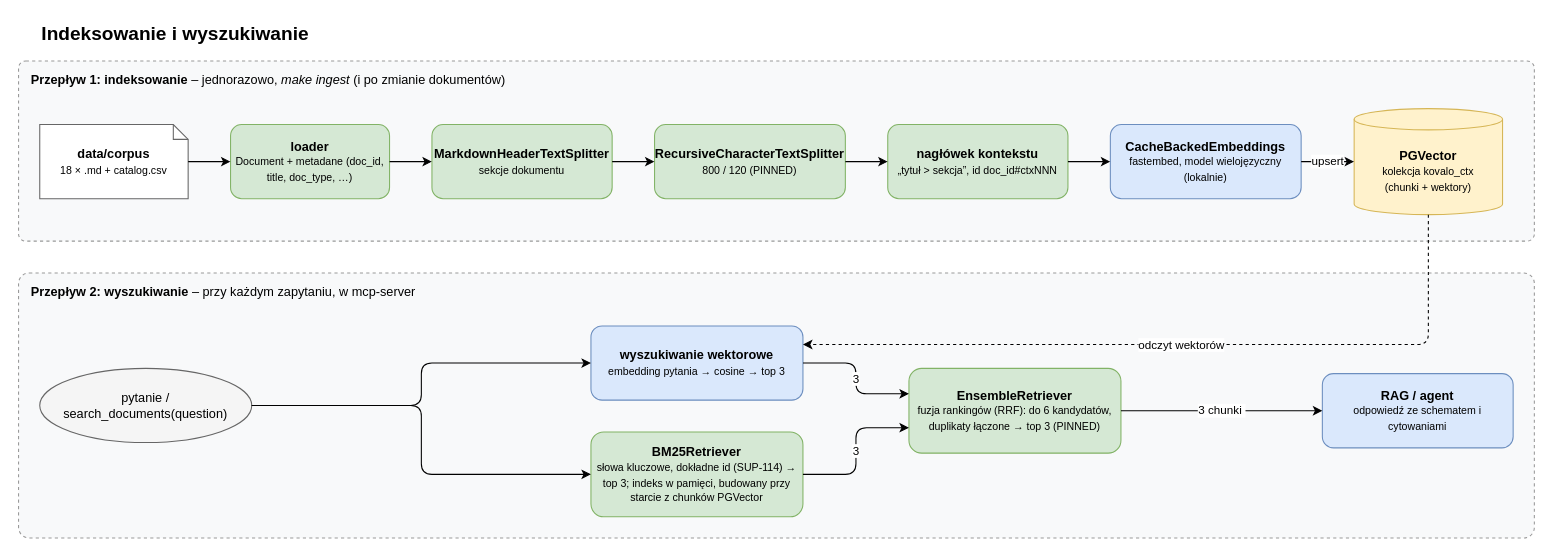
The draw.io diagram page "3. Indeksowanie i wyszukiwanie" (3 of 3) of docs/architecture/kovalo-architecture.drawio in oszypczy/kovalo-copilot, before the edit. Source tidied: cells renumbered, new cells numbered last; positions are measured from the earlier drawing's top-left corner, leaving out a move shared by most shapes. Both pictures are drawn from the tidied source at 106%, with x=0, y=0 at pixel (18, 18).
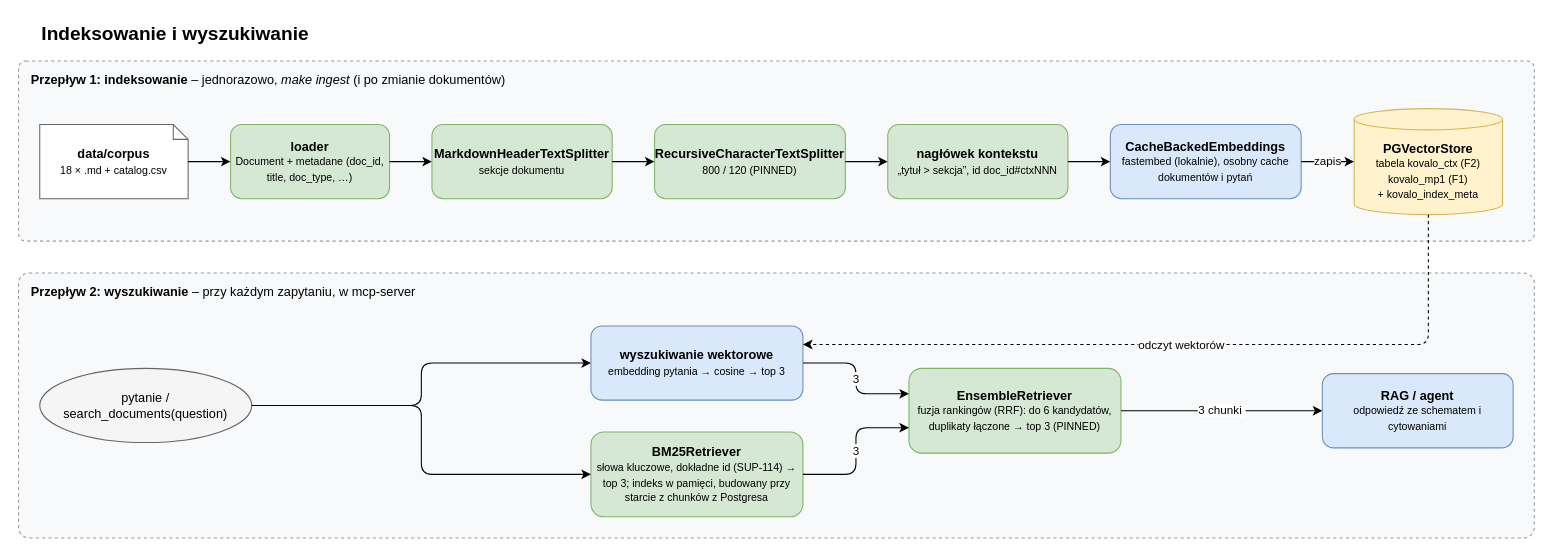
After the change.

The edit, as a diff of the source:
```diff
@@
-    <mxCell id="10" value="&lt;b&gt;CacheBackedEmbeddings&lt;/b&gt;&lt;br&gt;&lt;font style=&quot;font-size:10px&quot;&gt;fastembed, model wielojęzyczny (lokalnie)&lt;/font&gt;" style="rounded=1;fillColor=#dae8fc;strokeColor=#6c8ebf;whiteSpace=wrap;html=1;" parent="1" vertex="1">
+    <mxCell id="10" value="&lt;b&gt;CacheBackedEmbeddings&lt;/b&gt;&lt;br&gt;&lt;font style=&quot;font-size:10px&quot;&gt;fastembed (lokalnie), osobny cache dokumentów i pytań&lt;/font&gt;" style="rounded=1;fillColor=#dae8fc;strokeColor=#6c8ebf;whiteSpace=wrap;html=1;" parent="1" vertex="1">
       <mxGeometry x="1030" y="100" width="180" height="70" as="geometry" />
     </mxCell>
-    <mxCell id="11" value="&lt;b&gt;PGVector&lt;/b&gt;&lt;br&gt;&lt;font style=&quot;font-size:10px&quot;&gt;kolekcja kovalo_ctx&lt;br&gt;(chunki + wektory)&lt;/font&gt;" style="shape=cylinder3;boundedLbl=1;size=10;fillColor=#fff2cc;strokeColor=#d6b656;whiteSpace=wrap;html=1;" parent="1" vertex="1">
+    <mxCell id="11" value="&lt;b&gt;PGVectorStore&lt;/b&gt;&lt;br&gt;&lt;font style=&quot;font-size:10px&quot;&gt;tabela kovalo_ctx (F2)&lt;br&gt;kovalo_mp1 (F1)&lt;br&gt;+ kovalo_index_meta&lt;/font&gt;" style="shape=cylinder3;boundedLbl=1;size=10;fillColor=#fff2cc;strokeColor=#d6b656;whiteSpace=wrap;html=1;" parent="1" vertex="1">
       <mxGeometry x="1260" y="85" width="140" height="100" as="geometry" />
     </mxCell>
@@
-    <mxCell id="14" value="&lt;b&gt;BM25Retriever&lt;/b&gt;&lt;br&gt;&lt;font style=&quot;font-size:10px&quot;&gt;słowa kluczowe, dokładne id (SUP-114) → top 3; indeks w pamięci, budowany przy starcie z chunków PGVector&lt;/font&gt;" style="rounded=1;fillColor=#d5e8d4;strokeColor=#82b366;whiteSpace=wrap;html=1;" parent="1" vertex="1">
+    <mxCell id="14" value="&lt;b&gt;BM25Retriever&lt;/b&gt;&lt;br&gt;&lt;font style=&quot;font-size:10px&quot;&gt;słowa kluczowe, dokładne id (SUP-114) → top 3; indeks w pamięci, budowany przy starcie z chunków z Postgresa&lt;/font&gt;" style="rounded=1;fillColor=#d5e8d4;strokeColor=#82b366;whiteSpace=wrap;html=1;" parent="1" vertex="1">
       <mxGeometry x="540" y="390" width="200" height="80" as="geometry" />
     </mxCell>
@@
-    <mxCell id="22" value="upsert" style="edgeStyle=orthogonalEdgeStyle;rounded=1;html=1;defaultLabelBackgroundColor=page;" parent="1" edge="1" source="10" target="11">
+    <mxCell id="22" value="zapis" style="edgeStyle=orthogonalEdgeStyle;rounded=1;html=1;defaultLabelBackgroundColor=page;" parent="1" edge="1" source="10" target="11">
       <mxGeometry relative="1" as="geometry" />
     </mxCell>
```
